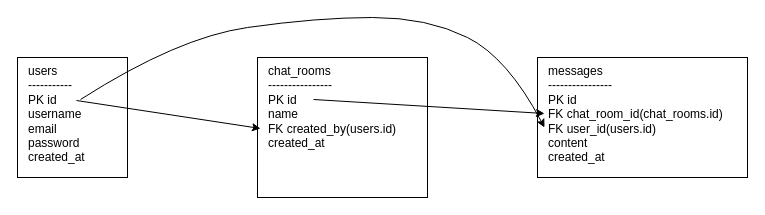
ryoya07/chattool keeps this draw.io diagram as ER図.drawio. Above is the earlier version. Source tidied: cells renumbered, new cells numbered last; positions are measured from the earlier drawing's top-left corner, leaving out a move shared by most shapes. Both pictures are drawn from the tidied source at 100%, with x=0, y=0 at pixel (17, 17).
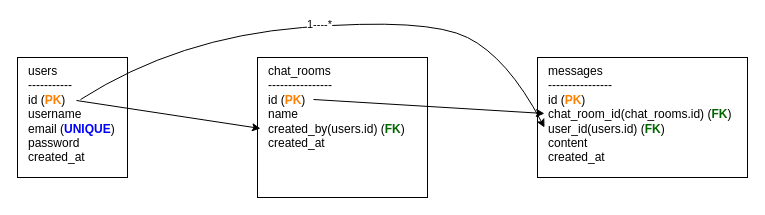
The same page after the edit.

Commit message (it also covers changes not shown here):
ER図.drawio を更新します

Diff of the diagram source:
```diff
@@
 <mxGraphModel>
   <root>
     <mxCell id="0" />
     <mxCell id="1" parent="0" />
-    <mxCell id="2" value="messages&lt;div&gt;----------------&lt;/div&gt;&lt;div&gt;PK id&lt;/div&gt;&lt;div&gt;FK chat_room_id(chat_rooms.id)&lt;/div&gt;&lt;div&gt;FK user_id(users.id)&lt;/div&gt;&lt;div&gt;content&lt;/div&gt;&lt;div&gt;created_at&lt;/div&gt;" style="whiteSpace=wrap;html=1;align=left;spacingLeft=9;verticalAlign=top;" parent="1" vertex="1">
+    <mxCell id="2" value="messages&lt;div&gt;----------------&lt;/div&gt;&lt;div&gt;id (&lt;b style=&quot;color: light-dark(rgb(0, 0, 0), rgb(255, 255, 255)); background-color: transparent;&quot;&gt;&lt;font style=&quot;color: rgb(255, 128, 0);&quot;&gt;PK&lt;/font&gt;&lt;/b&gt;&lt;span style=&quot;color: light-dark(rgb(0, 0, 0), rgb(255, 255, 255)); background-color: transparent;&quot;&gt;)&lt;/span&gt;&lt;/div&gt;&lt;div&gt;chat_room_id(chat_rooms.id) (&lt;b style=&quot;background-color: transparent; color: light-dark(rgb(0, 0, 0), rgb(255, 255, 255));&quot;&gt;&lt;font style=&quot;color: rgb(0, 102, 0);&quot;&gt;FK&lt;/font&gt;&lt;/b&gt;&lt;span style=&quot;background-color: transparent; color: light-dark(rgb(0, 0, 0), rgb(255, 255, 255));&quot;&gt;)&lt;/span&gt;&lt;/div&gt;&lt;div&gt;user_id(users.id) (&lt;b style=&quot;background-color: transparent; color: light-dark(rgb(0, 0, 0), rgb(255, 255, 255));&quot;&gt;&lt;font style=&quot;color: rgb(0, 102, 0);&quot;&gt;FK&lt;/font&gt;&lt;/b&gt;&lt;span style=&quot;background-color: transparent; color: light-dark(rgb(0, 0, 0), rgb(255, 255, 255));&quot;&gt;)&lt;/span&gt;&lt;/div&gt;&lt;div&gt;content&lt;/div&gt;&lt;div&gt;created_at&lt;/div&gt;" style="whiteSpace=wrap;html=1;align=left;spacingLeft=9;verticalAlign=top;" parent="1" vertex="1">
       <mxGeometry x="520" y="40" width="210" height="120" as="geometry" />
     </mxCell>
-    <mxCell id="3" value="users&lt;div&gt;-----------&lt;/div&gt;&lt;div&gt;PK id&lt;/div&gt;&lt;div&gt;username&lt;/div&gt;&lt;div&gt;email&lt;/div&gt;&lt;div&gt;password&lt;/div&gt;&lt;div&gt;created_at&lt;/div&gt;" style="whiteSpace=wrap;html=1;align=left;spacingLeft=9;verticalAlign=top;" parent="1" vertex="1">
+    <mxCell id="3" value="users&lt;div&gt;-----------&lt;/div&gt;&lt;div&gt;id (&lt;b style=&quot;background-color: transparent; color: light-dark(rgb(0, 0, 0), rgb(255, 255, 255));&quot;&gt;&lt;font style=&quot;color: rgb(255, 128, 0);&quot;&gt;PK&lt;/font&gt;&lt;/b&gt;&lt;span style=&quot;background-color: transparent; color: light-dark(rgb(0, 0, 0), rgb(255, 255, 255));&quot;&gt;)&lt;/span&gt;&lt;/div&gt;&lt;div&gt;username&lt;/div&gt;&lt;div&gt;email (&lt;b&gt;&lt;font style=&quot;color: rgb(0, 0, 255);&quot;&gt;UNIQUE&lt;/font&gt;&lt;/b&gt;)&lt;/div&gt;&lt;div&gt;password&lt;/div&gt;&lt;div&gt;created_at&lt;/div&gt;" style="whiteSpace=wrap;html=1;align=left;spacingLeft=9;verticalAlign=top;" parent="1" vertex="1">
       <mxGeometry y="40" width="110" height="120" as="geometry" />
     </mxCell>
-    <mxCell id="4" value="chat_rooms&lt;div&gt;----------------&lt;/div&gt;&lt;div&gt;PK id&lt;/div&gt;&lt;div&gt;name&lt;/div&gt;&lt;div&gt;FK created_by(users.id)&lt;/div&gt;&lt;div&gt;created_at&lt;/div&gt;" style="whiteSpace=wrap;html=1;align=left;spacingLeft=9;verticalAlign=top;" parent="1" vertex="1">
+    <mxCell id="4" value="chat_rooms&lt;div&gt;----------------&lt;/div&gt;&lt;div&gt;id (&lt;b style=&quot;color: light-dark(rgb(0, 0, 0), rgb(255, 255, 255)); background-color: transparent;&quot;&gt;&lt;font style=&quot;color: rgb(255, 128, 0);&quot;&gt;PK&lt;/font&gt;&lt;/b&gt;&lt;span style=&quot;color: light-dark(rgb(0, 0, 0), rgb(255, 255, 255)); background-color: transparent;&quot;&gt;)&lt;/span&gt;&lt;/div&gt;&lt;div&gt;name&lt;/div&gt;&lt;div&gt;created_by(users.id) (&lt;b style=&quot;background-color: transparent; color: light-dark(rgb(0, 0, 0), rgb(255, 255, 255));&quot;&gt;&lt;font style=&quot;color: rgb(0, 102, 0);&quot;&gt;FK&lt;/font&gt;&lt;/b&gt;&lt;span style=&quot;background-color: transparent; color: light-dark(rgb(0, 0, 0), rgb(255, 255, 255));&quot;&gt;)&lt;/span&gt;&lt;/div&gt;&lt;div&gt;created_at&lt;/div&gt;" style="whiteSpace=wrap;html=1;align=left;spacingLeft=9;verticalAlign=top;" parent="1" vertex="1">
       <mxGeometry x="240" y="40" width="170" height="140" as="geometry" />
     </mxCell>
     <mxCell id="5" style="endArrow=classic;html=1;rounded=0;" parent="1" edge="1">
       <mxGeometry relative="1" as="geometry">
         <mxPoint x="296" y="82" as="sourcePoint" />
         <mxPoint x="527" y="96" as="targetPoint" />
       </mxGeometry>
     </mxCell>
     <mxCell id="6" style="endArrow=classic;html=1;rounded=0;" parent="1" edge="1">
       <mxGeometry relative="1" as="geometry">
         <mxPoint x="59" y="83" as="sourcePoint" />
         <mxPoint x="243" y="111" as="targetPoint" />
       </mxGeometry>
     </mxCell>
     <mxCell id="7" style="curved=1;endArrow=classic;html=1;rounded=0;" parent="1" edge="1">
       <mxGeometry relative="1" as="geometry">
         <mxPoint x="63" y="82" as="sourcePoint" />
         <mxPoint x="527" y="110" as="targetPoint" />
         <Array as="points">
           <mxPoint x="160" y="20" />
-          <mxPoint x="300" />
           <mxPoint x="410" />
           <mxPoint x="490" y="40" />
         </Array>
       </mxGeometry>
     </mxCell>
+    <mxCell id="8" value="1----*" style="edgeLabel;html=1;align=center;verticalAlign=middle;" parent="7" vertex="1">
+      <mxGeometry x="-0.04" y="1" relative="1" as="geometry">
+        <mxPoint y="-1" as="offset" />
+      </mxGeometry>
+    </mxCell>
   </root>
 </mxGraphModel>
```
